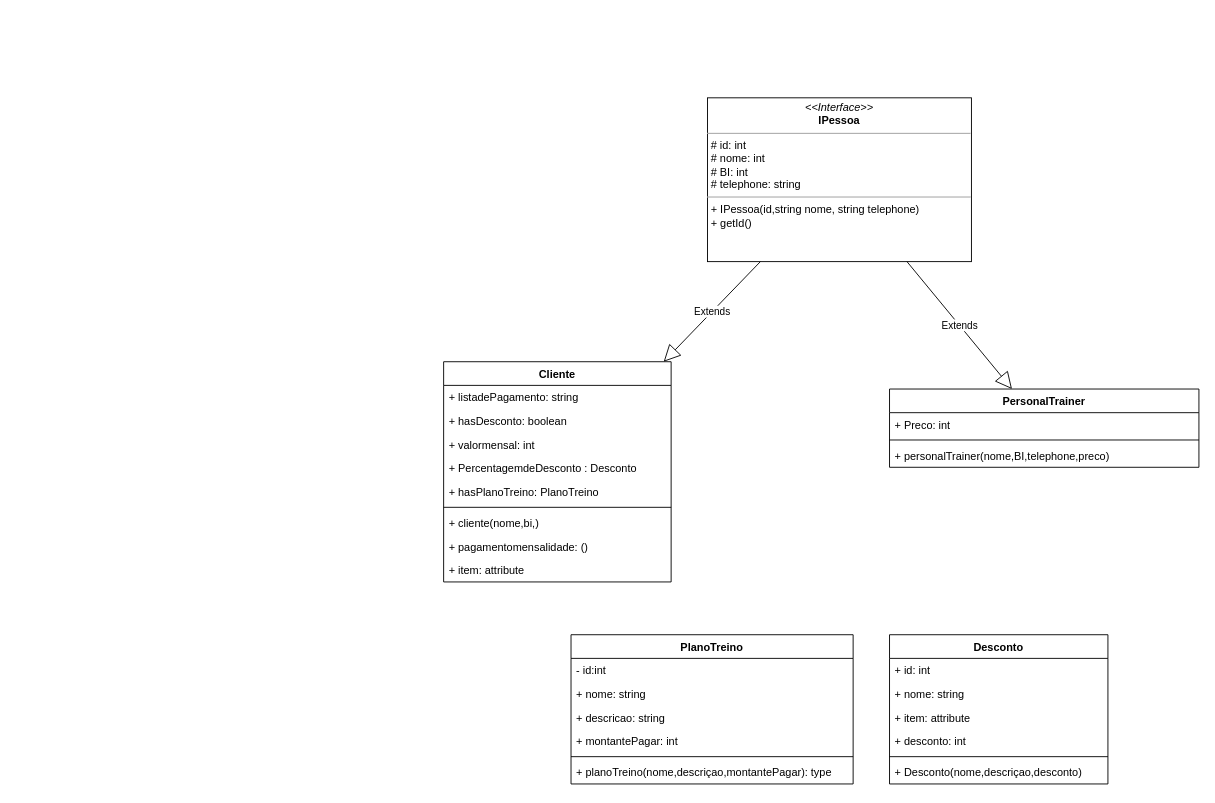
Before: page "Class" (2 of 2) of diagrams/UCase.drawio in bosshentai/ginasio, a draw.io diagram. Source tidied: cells renumbered, new cells numbered last; positions are measured from the earlier drawing's top-left corner, leaving out a move shared by most shapes. Both pictures are drawn from the tidied source at 91%, with x=0, y=0 at pixel (443, 97).
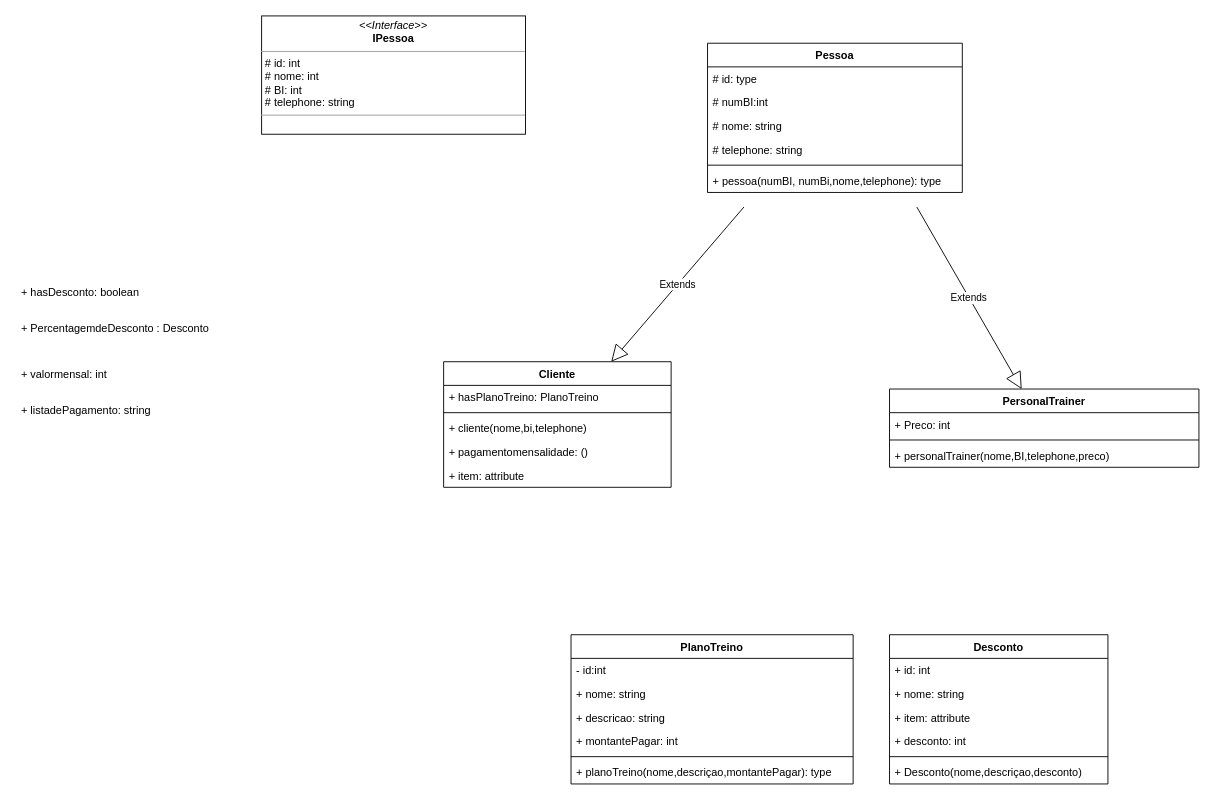
Above is the later version.

Commit message:
change the interface for chass

Unchanged cells that the change refers to:
```xml
<mxCell id="13" value="PersonalTrainer" style="swimlane;fontStyle=1;align=center;verticalAlign=top;horizontal=1;startSize=26;" parent="1" vertex="1">
  <mxGeometry x="490" y="320" width="340" height="86" as="geometry" />
</mxCell>
```

Diff of the diagram source:
```diff
@@
-    <mxCell id="2" value="&lt;p style=&quot;margin: 0px ; margin-top: 4px ; text-align: center&quot;&gt;&lt;i&gt;&amp;lt;&amp;lt;Interface&amp;gt;&amp;gt;&lt;/i&gt;&lt;br&gt;&lt;b&gt;IPessoa&lt;/b&gt;&lt;/p&gt;&lt;hr size=&quot;1&quot;&gt;&lt;p style=&quot;margin: 0px ; margin-left: 4px&quot;&gt;# id: int&lt;br&gt;# nome: int&lt;/p&gt;&lt;p style=&quot;margin: 0px ; margin-left: 4px&quot;&gt;# BI: int&lt;/p&gt;&lt;p style=&quot;margin: 0px ; margin-left: 4px&quot;&gt;# telephone: string&lt;/p&gt;&lt;hr size=&quot;1&quot;&gt;&lt;p style=&quot;margin: 0px ; margin-left: 4px&quot;&gt;+ IPessoa(id,string nome, string telephone&lt;span&gt;)&lt;/span&gt;&lt;/p&gt;&lt;p style=&quot;margin: 0px ; margin-left: 4px&quot;&gt;+ getId()&lt;/p&gt;" style="verticalAlign=top;align=left;overflow=fill;fontSize=12;fontFamily=Helvetica;html=1;" parent="1" vertex="1">
-      <mxGeometry x="290" width="290" height="180" as="geometry" />
+    <mxCell id="2" value="&lt;p style=&quot;margin: 0px ; margin-top: 4px ; text-align: center&quot;&gt;&lt;i&gt;&amp;lt;&amp;lt;Interface&amp;gt;&amp;gt;&lt;/i&gt;&lt;br&gt;&lt;b&gt;IPessoa&lt;/b&gt;&lt;/p&gt;&lt;hr size=&quot;1&quot;&gt;&lt;p style=&quot;margin: 0px ; margin-left: 4px&quot;&gt;# id: int&lt;br&gt;# nome: int&lt;/p&gt;&lt;p style=&quot;margin: 0px ; margin-left: 4px&quot;&gt;# BI: int&lt;/p&gt;&lt;p style=&quot;margin: 0px ; margin-left: 4px&quot;&gt;# telephone: string&lt;/p&gt;&lt;hr size=&quot;1&quot;&gt;&lt;p style=&quot;margin: 0px ; margin-left: 4px&quot;&gt;&lt;br&gt;&lt;/p&gt;" style="verticalAlign=top;align=left;overflow=fill;fontSize=12;fontFamily=Helvetica;html=1;" parent="1" vertex="1">
+      <mxGeometry x="-200" y="-90" width="290" height="130" as="geometry" />
     </mxCell>
     <mxCell id="3" value="Cliente" style="swimlane;fontStyle=1;align=center;verticalAlign=top;horizontal=1;startSize=26;" parent="1" vertex="1">
-      <mxGeometry y="290" width="250" height="242" as="geometry" />
+      <mxGeometry y="290" width="250" height="138" as="geometry" />
     </mxCell>
-    <mxCell id="4" value="+ listadePagamento: string" style="text;strokeColor=none;fillColor=none;align=left;verticalAlign=top;spacingLeft=4;spacingRight=4;overflow=hidden;" parent="3" vertex="1">
-      <mxGeometry y="26" width="250" height="26" as="geometry" />
-    </mxCell>
-    <mxCell id="5" value="+ hasDesconto: boolean" style="text;strokeColor=none;fillColor=none;align=left;verticalAlign=top;spacingLeft=4;spacingRight=4;overflow=hidden;" parent="3" vertex="1">
-      <mxGeometry y="52" width="250" height="26" as="geometry" />
-    </mxCell>
-    <mxCell id="6" value="+ valormensal: int" style="text;strokeColor=none;fillColor=none;align=left;verticalAlign=top;spacingLeft=4;spacingRight=4;overflow=hidden;" parent="3" vertex="1">
-      <mxGeometry y="78" width="250" height="26" as="geometry" />
-    </mxCell>
-    <mxCell id="7" value="+ PercentagemdeDesconto : Desconto" style="text;strokeColor=none;fillColor=none;align=left;verticalAlign=top;spacingLeft=4;spacingRight=4;overflow=hidden;" parent="3" vertex="1">
-      <mxGeometry y="104" width="250" height="26" as="geometry" />
-    </mxCell>
     <mxCell id="8" value="+ hasPlanoTreino: PlanoTreino" style="text;strokeColor=none;fillColor=none;align=left;verticalAlign=top;spacingLeft=4;spacingRight=4;overflow=hidden;" parent="3" vertex="1">
-      <mxGeometry y="130" width="250" height="26" as="geometry" />
+      <mxGeometry y="26" width="250" height="26" as="geometry" />
     </mxCell>
     <mxCell id="9" style="line;strokeWidth=1;fillColor=none;align=left;verticalAlign=middle;spacingTop=-1;spacingLeft=3;spacingRight=3;labelPosition=right;" parent="3" vertex="1">
-      <mxGeometry y="156" width="250" height="8" as="geometry" />
+      <mxGeometry y="52" width="250" height="8" as="geometry" />
     </mxCell>
-    <mxCell id="10" value="+ cliente(nome,bi,) " style="text;strokeColor=none;fillColor=none;align=left;verticalAlign=top;spacingLeft=4;spacingRight=4;overflow=hidden;" parent="3" vertex="1">
-      <mxGeometry y="164" width="250" height="26" as="geometry" />
+    <mxCell id="10" value="+ cliente(nome,bi,telephone) " style="text;strokeColor=none;fillColor=none;align=left;verticalAlign=top;spacingLeft=4;spacingRight=4;overflow=hidden;" parent="3" vertex="1">
+      <mxGeometry y="60" width="250" height="26" as="geometry" />
     </mxCell>
     <mxCell id="11" value="+ pagamentomensalidade: ()" style="text;strokeColor=none;fillColor=none;align=left;verticalAlign=top;spacingLeft=4;spacingRight=4;overflow=hidden;" parent="3" vertex="1">
-      <mxGeometry y="190" width="250" height="26" as="geometry" />
+      <mxGeometry y="86" width="250" height="26" as="geometry" />
     </mxCell>
     <mxCell id="12" value="+ item: attribute" style="text;strokeColor=none;fillColor=none;align=left;verticalAlign=top;spacingLeft=4;spacingRight=4;overflow=hidden;" parent="3" vertex="1">
-      <mxGeometry y="216" width="250" height="26" as="geometry" />
+      <mxGeometry y="112" width="250" height="26" as="geometry" />
     </mxCell>
@@
-    <mxCell id="17" value="Extends" style="endArrow=block;endSize=16;endFill=0;html=1;" parent="1" edge="1" source="2" target="13">
-      <mxGeometry relative="1" as="geometry" />
+    <mxCell id="17" value="Extends" style="endArrow=block;endSize=16;endFill=0;html=1;" parent="1" edge="1" target="13">
+      <mxGeometry relative="1" as="geometry">
+        <mxPoint x="520" y="120" as="sourcePoint" />
+      </mxGeometry>
     </mxCell>
-    <mxCell id="18" value="Extends" style="endArrow=block;endSize=16;endFill=0;html=1;" parent="1" edge="1" source="2" target="3">
-      <mxGeometry relative="1" as="geometry" />
+    <mxCell id="18" value="Extends" style="endArrow=block;endSize=16;endFill=0;html=1;" parent="1" edge="1" target="3">
+      <mxGeometry relative="1" as="geometry">
+        <mxPoint x="330" y="120" as="sourcePoint" />
+      </mxGeometry>
     </mxCell>
@@
+    <mxCell id="33" value="Pessoa" style="swimlane;fontStyle=1;align=center;verticalAlign=top;horizontal=1;startSize=26;" parent="1" vertex="1">
+      <mxGeometry x="290" y="-60" width="280" height="164" as="geometry" />
+    </mxCell>
+    <mxCell id="34" value="# id: type" style="text;strokeColor=none;fillColor=none;align=left;verticalAlign=top;spacingLeft=4;spacingRight=4;overflow=hidden;" parent="33" vertex="1">
+      <mxGeometry y="26" width="280" height="26" as="geometry" />
+    </mxCell>
+    <mxCell id="35" value="# numBI:int" style="text;strokeColor=none;fillColor=none;align=left;verticalAlign=top;spacingLeft=4;spacingRight=4;overflow=hidden;" parent="33" vertex="1">
+      <mxGeometry y="52" width="280" height="26" as="geometry" />
+    </mxCell>
+    <mxCell id="36" value="# nome: string" style="text;strokeColor=none;fillColor=none;align=left;verticalAlign=top;spacingLeft=4;spacingRight=4;overflow=hidden;" parent="33" vertex="1">
+      <mxGeometry y="78" width="280" height="26" as="geometry" />
+    </mxCell>
+    <mxCell id="37" value="# telephone: string" style="text;strokeColor=none;fillColor=none;align=left;verticalAlign=top;spacingLeft=4;spacingRight=4;overflow=hidden;" parent="33" vertex="1">
+      <mxGeometry y="104" width="280" height="26" as="geometry" />
+    </mxCell>
+    <mxCell id="38" style="line;strokeWidth=1;fillColor=none;align=left;verticalAlign=middle;spacingTop=-1;spacingLeft=3;spacingRight=3;labelPosition=right;" parent="33" vertex="1">
+      <mxGeometry y="130" width="280" height="8" as="geometry" />
+    </mxCell>
+    <mxCell id="39" value="+ pessoa(numBI, numBi,nome,telephone): type" style="text;strokeColor=none;fillColor=none;align=left;verticalAlign=top;spacingLeft=4;spacingRight=4;overflow=hidden;" parent="33" vertex="1">
+      <mxGeometry y="138" width="280" height="26" as="geometry" />
+    </mxCell>
+    <mxCell id="6" value="+ valormensal: int" style="text;strokeColor=none;fillColor=none;align=left;verticalAlign=top;spacingLeft=4;spacingRight=4;overflow=hidden;" parent="1" vertex="1">
+      <mxGeometry x="-470" y="290" width="250" height="26" as="geometry" />
+    </mxCell>
+    <mxCell id="7" value="+ PercentagemdeDesconto : Desconto" style="text;strokeColor=none;fillColor=none;align=left;verticalAlign=top;spacingLeft=4;spacingRight=4;overflow=hidden;" parent="1" vertex="1">
+      <mxGeometry x="-470" y="240" width="250" height="26" as="geometry" />
+    </mxCell>
+    <mxCell id="5" value="+ hasDesconto: boolean" style="text;strokeColor=none;fillColor=none;align=left;verticalAlign=top;spacingLeft=4;spacingRight=4;overflow=hidden;" parent="1" vertex="1">
+      <mxGeometry x="-470" y="200" width="250" height="26" as="geometry" />
+    </mxCell>
+    <mxCell id="4" value="+ listadePagamento: string" style="text;strokeColor=none;fillColor=none;align=left;verticalAlign=top;spacingLeft=4;spacingRight=4;overflow=hidden;" parent="1" vertex="1">
+      <mxGeometry x="-470" y="330" width="250" height="26" as="geometry" />
+    </mxCell>
```
